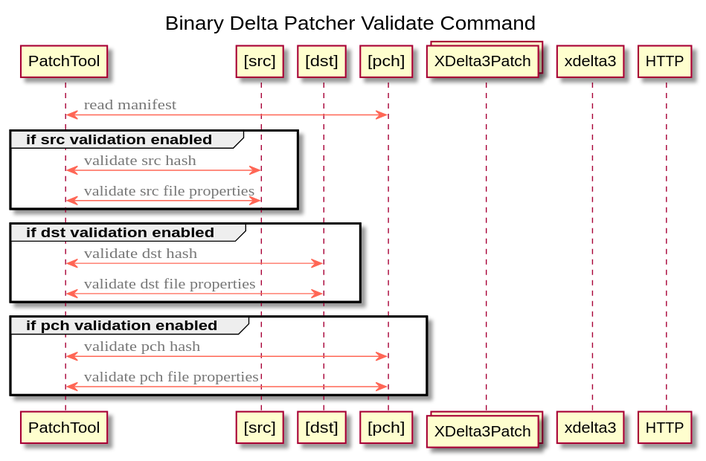
This is docs/validate-sequence.svg from SwitchCaseGroup/switchcase-deltapatcher, a PlantUML export, as it was before one commit. Source of this version:
```plantuml
@startuml validate-sequence

!include patchtool.iuml

title Binary Delta Patcher Validate Command

PatchTool <-> pch : read manifest

group if src validation enabled
  PatchTool <-> src : validate src hash
  PatchTool <-> src : validate src file properties
end
group if dst validation enabled
  PatchTool <-> dst : validate dst hash
  PatchTool <-> dst : validate dst file properties
end
group if pch validation enabled
  PatchTool <-> pch : validate pch hash
  PatchTool <-> pch : validate pch file properties
end

@enduml
```
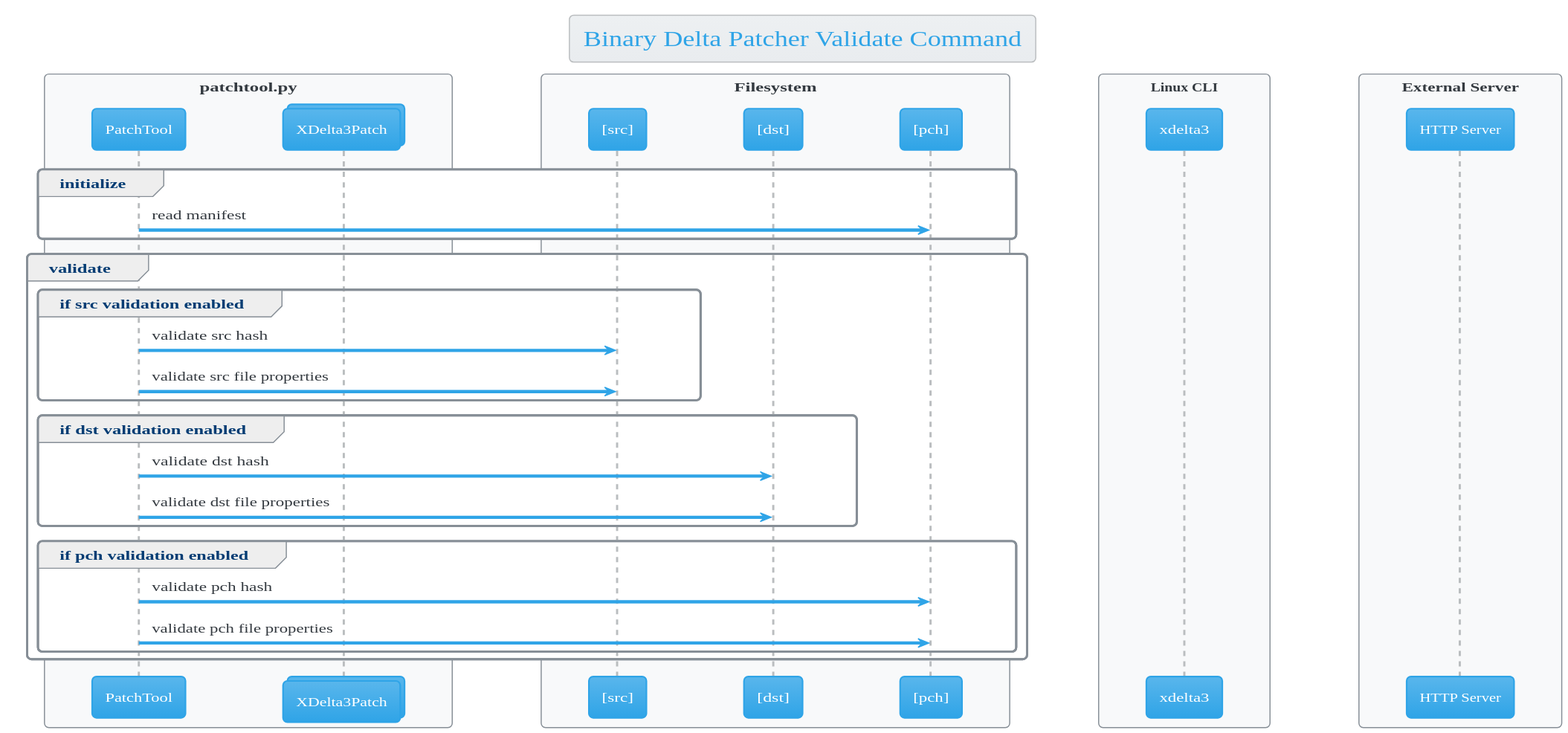
After the change.

Change to the diagram source:
```diff
@@ -4,19 +4,23 @@
 
 title Binary Delta Patcher Validate Command
 
-PatchTool <-> pch : read manifest
+group initialize
+  PatchTool -> pch : read manifest
+end
 
-group if src validation enabled
-  PatchTool <-> src : validate src hash
-  PatchTool <-> src : validate src file properties
-end
-group if dst validation enabled
-  PatchTool <-> dst : validate dst hash
-  PatchTool <-> dst : validate dst file properties
-end
-group if pch validation enabled
-  PatchTool <-> pch : validate pch hash
-  PatchTool <-> pch : validate pch file properties
+group validate
+  group if src validation enabled
+    PatchTool -> src : validate src hash
+    PatchTool -> src : validate src file properties
+  end
+  group if dst validation enabled
+    PatchTool -> dst : validate dst hash
+    PatchTool -> dst : validate dst file properties
+  end
+  group if pch validation enabled
+    PatchTool -> pch : validate pch hash
+    PatchTool -> pch : validate pch file properties
+  end
 end
 
 @enduml
```
